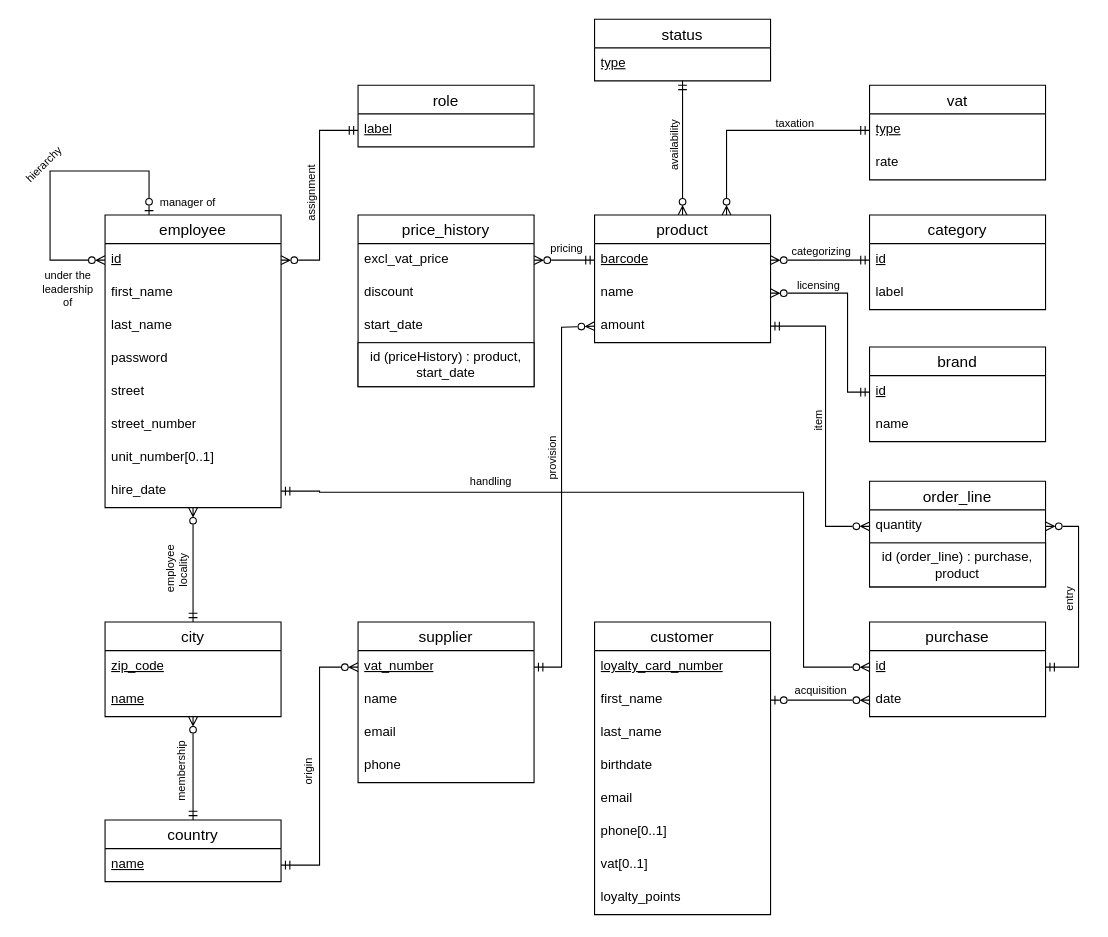
This is docs/DB/ER_diagram.drawio from maxoux53/petit-bazar, a draw.io file, before an edit. Source tidied: cells renumbered, new cells numbered last; positions are measured from the earlier drawing's top-left corner, leaving out a move shared by most shapes. Both pictures are drawn from the tidied source at 110%, with x=0, y=0 at pixel (16, 19).
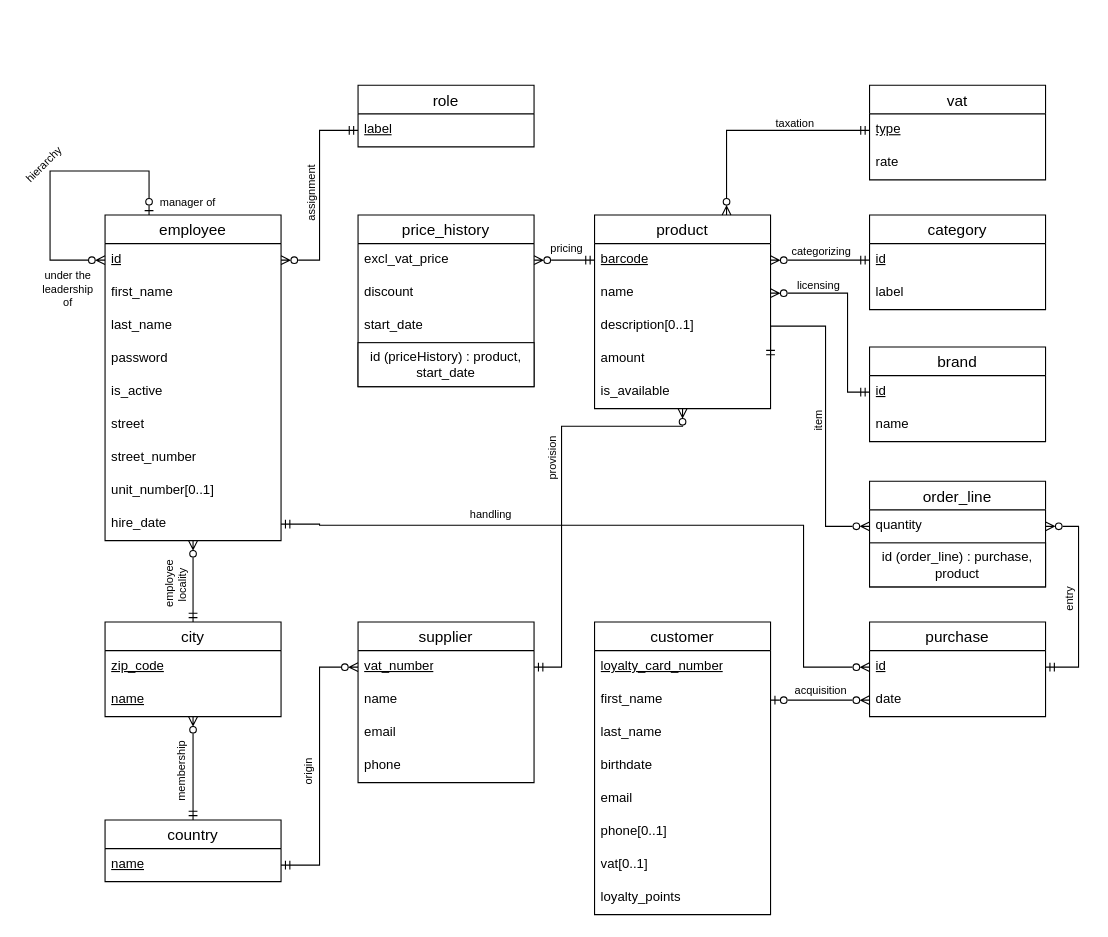
The same diagram, later.

Commit message (it also covers changes not shown here):
DB update (add optionals & boolean + remplace status by )

Unchanged cells that the change refers to:
```xml
<mxCell id="23" value="&lt;u&gt;vat_number&lt;/u&gt;" style="text;strokeColor=none;fillColor=none;spacingLeft=4;spacingRight=4;overflow=hidden;points=[[0,0.5],[1,0.5]];portConstraint=eastwest;fontSize=12;whiteSpace=wrap;html=1;" parent="22" vertex="1">
  <mxGeometry y="26" width="160" height="30" as="geometry" />
</mxCell>
<mxCell id="49" value="&lt;u&gt;id&lt;/u&gt;" style="text;strokeColor=none;fillColor=none;spacingLeft=4;spacingRight=4;overflow=hidden;points=[[0,0.5],[1,0.5]];portConstraint=eastwest;fontSize=12;whiteSpace=wrap;html=1;" parent="48" vertex="1">
  <mxGeometry y="26" width="160" height="30" as="geometry" />
</mxCell>
```

The edit, as a diff of the source:
```diff
@@
     <mxCell id="2" style="edgeStyle=orthogonalEdgeStyle;rounded=0;jettySize=auto;html=1;exitX=1;exitY=0.5;exitDx=0;exitDy=0;entryX=0;entryY=0.5;entryDx=0;entryDy=0;startArrow=ERmandOne;startFill=0;endArrow=ERzeroToMany;endFill=0;" parent="1" edge="1" source="12" target="49">
       <mxGeometry relative="1" as="geometry">
         <Array as="points">
-          <mxPoint x="275" y="429" />
-          <mxPoint x="715" y="430" />
+          <mxPoint x="275" y="459" />
+          <mxPoint x="275" y="460" />
+          <mxPoint x="715" y="460" />
           <mxPoint x="715" y="589" />
         </Array>
       </mxGeometry>
     </mxCell>
     <mxCell id="3" value="employee" style="swimlane;fontStyle=0;horizontal=1;startSize=26;align=center;fontSize=14;" parent="1" vertex="1">
-      <mxGeometry x="80" y="178" width="160" height="266" as="geometry" />
+      <mxGeometry x="80" y="178" width="160" height="296" as="geometry" />
     </mxCell>
@@
+    <mxCell id="90" value="is_active" style="text;strokeColor=none;fillColor=none;spacingLeft=4;spacingRight=4;overflow=hidden;fontSize=12;whiteSpace=wrap;html=1;" parent="3" vertex="1">
+      <mxGeometry y="146" width="160" height="30" as="geometry" />
+    </mxCell>
     <mxCell id="9" value="street" style="text;strokeColor=none;fillColor=none;spacingLeft=4;spacingRight=4;overflow=hidden;fontSize=12;whiteSpace=wrap;html=1;" parent="3" vertex="1">
-      <mxGeometry y="146" width="160" height="30" as="geometry" />
+      <mxGeometry y="176" width="160" height="30" as="geometry" />
     </mxCell>
     <mxCell id="10" value="street_number" style="text;strokeColor=none;fillColor=none;spacingLeft=4;spacingRight=4;overflow=hidden;fontSize=12;whiteSpace=wrap;html=1;" parent="3" vertex="1">
-      <mxGeometry y="176" width="160" height="30" as="geometry" />
+      <mxGeometry y="206" width="160" height="30" as="geometry" />
     </mxCell>
     <mxCell id="11" value="unit_number[0..1]" style="text;strokeColor=none;fillColor=none;spacingLeft=4;spacingRight=4;overflow=hidden;fontSize=12;whiteSpace=wrap;html=1;" parent="3" vertex="1">
-      <mxGeometry y="206" width="160" height="30" as="geometry" />
+      <mxGeometry y="236" width="160" height="30" as="geometry" />
     </mxCell>
     <mxCell id="12" value="hire_date" style="text;strokeColor=none;fillColor=none;spacingLeft=4;spacingRight=4;overflow=hidden;points=[[0,0.5],[1,0.5]];portConstraint=eastwest;fontSize=12;whiteSpace=wrap;html=1;" parent="3" vertex="1">
-      <mxGeometry y="236" width="160" height="30" as="geometry" />
+      <mxGeometry y="266" width="160" height="30" as="geometry" />
     </mxCell>
-    <mxCell id="13" style="edgeStyle=orthogonalEdgeStyle;rounded=0;jettySize=auto;html=1;exitX=0.5;exitY=0;exitDx=0;exitDy=0;endArrow=ERmandOne;endFill=0;startArrow=ERzeroToMany;startFill=0;" parent="1" edge="1" source="15" target="88">
-      <mxGeometry relative="1" as="geometry" />
-    </mxCell>
-    <mxCell id="14" value="&lt;font&gt;availability&lt;/font&gt;" style="edgeLabel;html=1;align=center;verticalAlign=middle;rotation=-90;fontSize=10;" parent="13" vertex="1">
-      <mxGeometry x="-0.15" y="-1" relative="1" as="geometry">
-        <mxPoint x="-10" y="-10" as="offset" />
-      </mxGeometry>
-    </mxCell>
     <mxCell id="15" value="product" style="swimlane;fontStyle=0;horizontal=1;startSize=26;align=center;fontSize=14;" parent="1" vertex="1">
-      <mxGeometry x="525" y="178" width="160" height="116" as="geometry" />
+      <mxGeometry x="525" y="178" width="160" height="176" as="geometry" />
     </mxCell>
@@
+    <mxCell id="91" value="description[0..1]" style="text;strokeColor=none;fillColor=none;spacingLeft=4;spacingRight=4;overflow=hidden;fontSize=12;whiteSpace=wrap;html=1;" parent="15" vertex="1">
+      <mxGeometry y="86" width="160" height="30" as="geometry" />
+    </mxCell>
     <mxCell id="18" value="amount" style="text;strokeColor=none;fillColor=none;spacingLeft=4;spacingRight=4;overflow=hidden;points=[[0,0.5],[1,0.5]];portConstraint=eastwest;fontSize=12;whiteSpace=wrap;html=1;" parent="15" vertex="1">
-      <mxGeometry y="86" width="160" height="30" as="geometry" />
+      <mxGeometry y="116" width="160" height="30" as="geometry" />
     </mxCell>
+    <mxCell id="92" value="is_available" style="text;strokeColor=none;fillColor=none;spacingLeft=4;spacingRight=4;overflow=hidden;fontSize=12;whiteSpace=wrap;html=1;" parent="15" vertex="1">
+      <mxGeometry y="146" width="160" height="30" as="geometry" />
+    </mxCell>
@@
-    <mxCell id="55" style="edgeStyle=orthogonalEdgeStyle;rounded=0;jettySize=auto;html=1;exitX=1;exitY=0.5;exitDx=0;exitDy=0;endArrow=ERzeroToMany;endFill=0;startArrow=ERmandOne;startFill=0;entryX=0;entryY=0.5;entryDx=0;entryDy=0;" parent="1" edge="1" source="23" target="18">
+    <mxCell id="55" style="edgeStyle=orthogonalEdgeStyle;rounded=0;jettySize=auto;html=1;exitX=1;exitY=0.5;exitDx=0;exitDy=0;endArrow=ERzeroToMany;endFill=0;startArrow=ERmandOne;startFill=0;" parent="1" edge="1" source="23" target="15">
       <mxGeometry relative="1" as="geometry">
         <Array as="points">
           <mxPoint x="495" y="589" />
-          <mxPoint x="495" y="280" />
+          <mxPoint x="495" y="370" />
+          <mxPoint x="605" y="370" />
         </Array>
       </mxGeometry>
     </mxCell>
@@
     <mxCell id="74" value="&amp;nbsp;employee locality" style="text;html=1;align=center;verticalAlign=middle;whiteSpace=wrap;rounded=0;rotation=-90;fontSize=10;" parent="1" vertex="1">
-      <mxGeometry x="115" y="486" width="60" height="30" as="geometry" />
+      <mxGeometry x="114.5" y="500" width="60" height="30" as="geometry" />
     </mxCell>
@@
     <mxCell id="77" value="&lt;div&gt;handling&lt;/div&gt;" style="text;html=1;align=center;verticalAlign=middle;whiteSpace=wrap;rounded=0;rotation=0;fontSize=10;" parent="1" vertex="1">
-      <mxGeometry x="401" y="410" width="60" height="20" as="geometry" />
+      <mxGeometry x="401" y="440" width="60" height="20" as="geometry" />
     </mxCell>
@@
-    <mxCell id="88" value="status" style="swimlane;fontStyle=0;horizontal=1;startSize=26;align=center;fontSize=14;" parent="1" vertex="1">
-      <mxGeometry x="525" width="160" height="56" as="geometry" />
-    </mxCell>
-    <mxCell id="89" value="&lt;u&gt;type&lt;/u&gt;" style="text;strokeColor=none;fillColor=none;spacingLeft=4;spacingRight=4;overflow=hidden;fontSize=12;whiteSpace=wrap;html=1;" parent="88" vertex="1">
-      <mxGeometry y="26" width="160" height="30" as="geometry" />
-    </mxCell>
```
